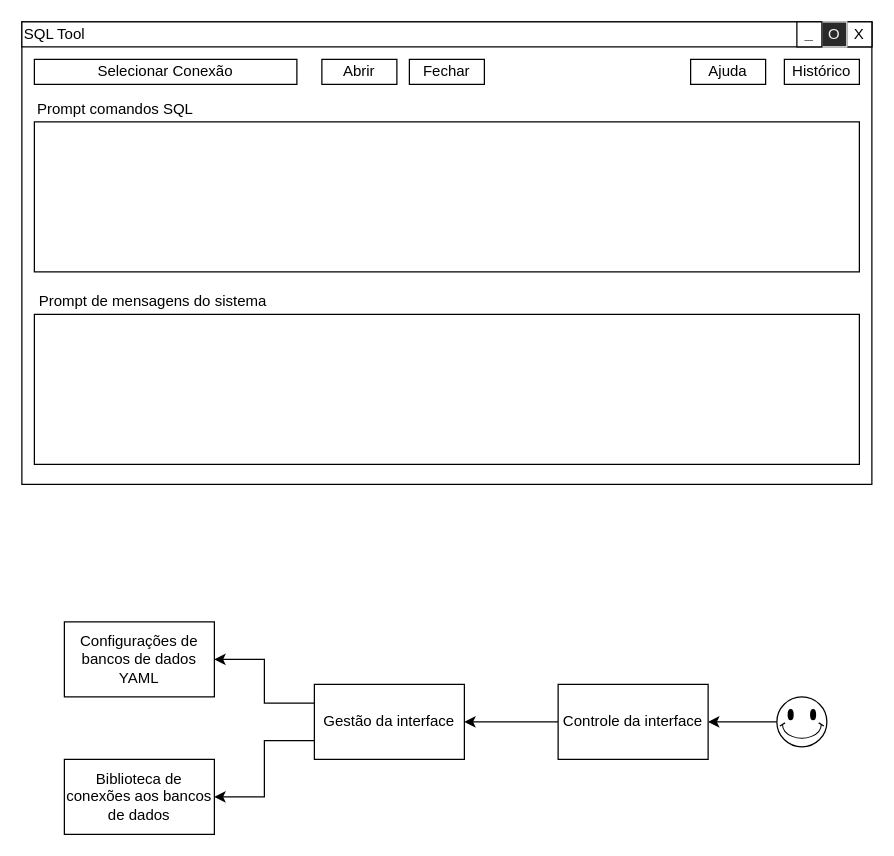
Above: page "ui" (1 of 2) of doc/desenho-inicial.drawio in JunioCesarFerreira/dotnet-sql-tool (draw.io), before the change. Source tidied: cells renumbered, new cells numbered last; positions are measured from the earlier drawing's top-left corner, leaving out a move shared by most shapes. Both pictures are drawn from the tidied source at 125%, with x=0, y=0 at pixel (21, 21).
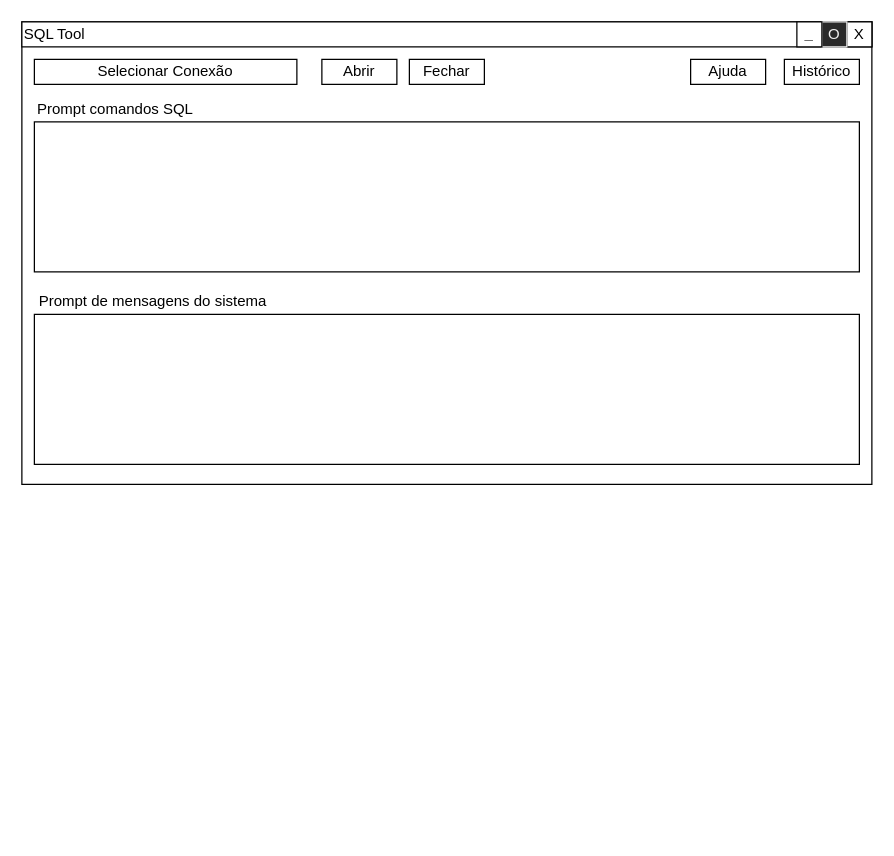
The same page after the edit.

Commit message (it also covers changes not shown here):
update - Diagramas e figuras

The edit, as a diff of the source:
```diff
@@
-    <mxCell id="15" value="Configurações de bancos de dados YAML" style="rounded=0;whiteSpace=wrap;html=1;" parent="1" vertex="1">
-      <mxGeometry x="34" y="480" width="120" height="60" as="geometry" />
-    </mxCell>
-    <mxCell id="16" value="Biblioteca de conexões aos bancos de dados" style="rounded=0;whiteSpace=wrap;html=1;" parent="1" vertex="1">
-      <mxGeometry x="34" y="590" width="120" height="60" as="geometry" />
-    </mxCell>
-    <mxCell id="17" style="edgeStyle=orthogonalEdgeStyle;rounded=0;jettySize=auto;html=1;exitX=0;exitY=0.25;exitDx=0;exitDy=0;entryX=1;entryY=0.5;entryDx=0;entryDy=0;" parent="1" edge="1" source="19" target="15">
-      <mxGeometry relative="1" as="geometry" />
-    </mxCell>
-    <mxCell id="18" style="edgeStyle=orthogonalEdgeStyle;rounded=0;jettySize=auto;html=1;exitX=0;exitY=0.75;exitDx=0;exitDy=0;entryX=1;entryY=0.5;entryDx=0;entryDy=0;" parent="1" edge="1" source="19" target="16">
-      <mxGeometry relative="1" as="geometry" />
-    </mxCell>
-    <mxCell id="19" value="Gestão da interface" style="rounded=0;whiteSpace=wrap;html=1;" parent="1" vertex="1">
-      <mxGeometry x="234" y="530" width="120" height="60" as="geometry" />
-    </mxCell>
-    <mxCell id="20" style="edgeStyle=orthogonalEdgeStyle;rounded=0;jettySize=auto;html=1;exitX=0;exitY=0.5;exitDx=0;exitDy=0;entryX=1;entryY=0.5;entryDx=0;entryDy=0;" parent="1" edge="1" source="21" target="19">
-      <mxGeometry relative="1" as="geometry" />
-    </mxCell>
-    <mxCell id="21" value="Controle da interface" style="rounded=0;whiteSpace=wrap;html=1;" parent="1" vertex="1">
-      <mxGeometry x="429" y="530" width="120" height="60" as="geometry" />
-    </mxCell>
-    <mxCell id="22" style="edgeStyle=orthogonalEdgeStyle;rounded=0;jettySize=auto;html=1;exitX=0;exitY=0.5;exitDx=0;exitDy=0;exitPerimeter=0;" parent="1" edge="1" source="23" target="21">
-      <mxGeometry relative="1" as="geometry" />
-    </mxCell>
-    <mxCell id="23" style="verticalLabelPosition=bottom;verticalAlign=top;html=1;shape=mxgraph.basic.smiley;" parent="1" vertex="1">
-      <mxGeometry x="604" y="540" width="40" height="40" as="geometry" />
-    </mxCell>
```
